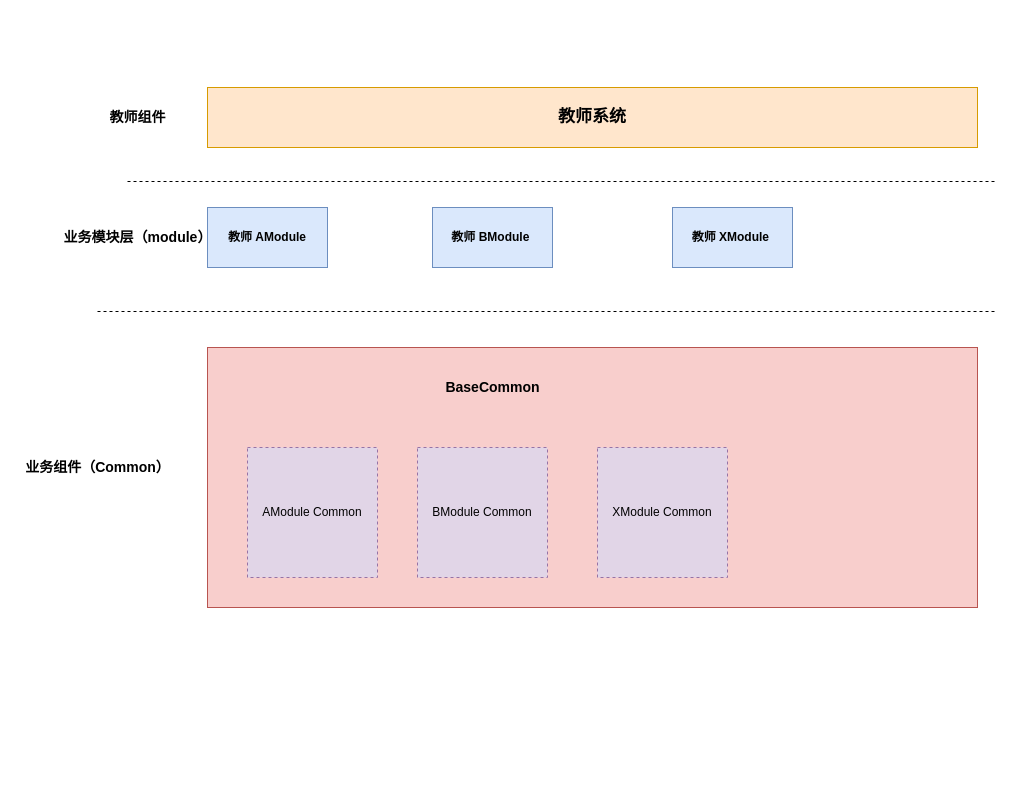
Before: 教师系统.drawio in 123yangu/private_tool, a draw.io diagram. Source tidied: cells renumbered, new cells numbered last; positions are measured from the earlier drawing's top-left corner, leaving out a move shared by most shapes. Both pictures are drawn from the tidied source at 100%, with x=0, y=0 at pixel (17, 87).
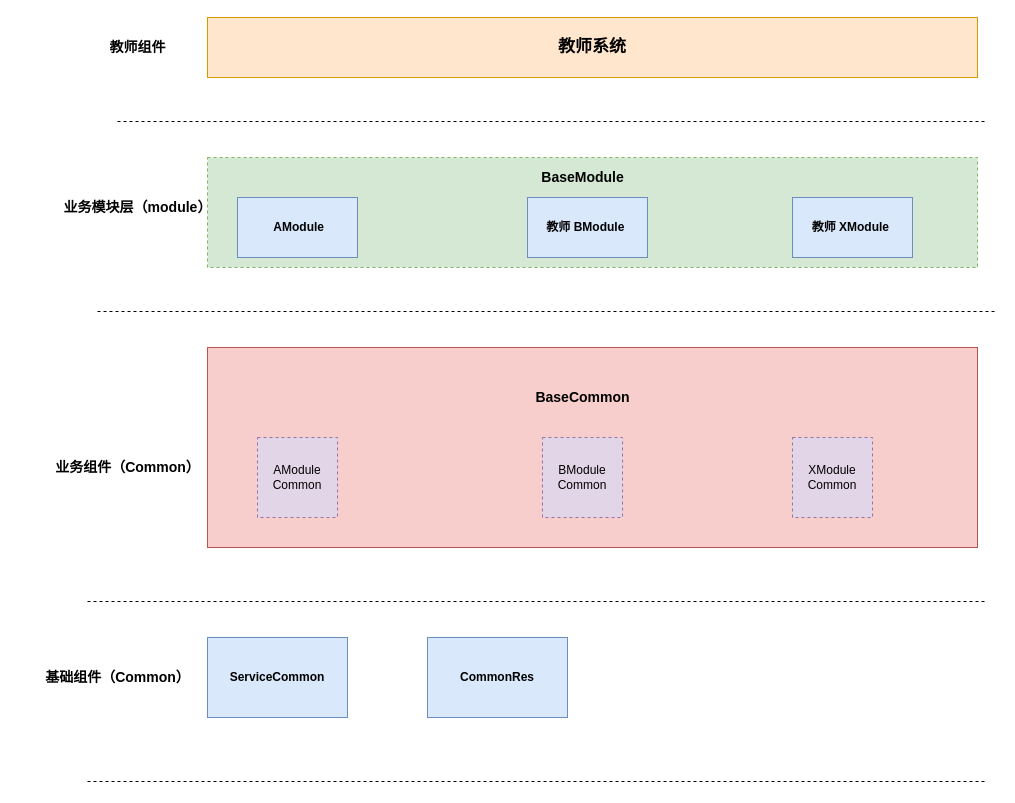
After the change.

Diff of the diagram source:
```diff
@@
+    <mxCell id="16" style="rounded=0;whiteSpace=wrap;html=1;dashed=1;fillColor=#d5e8d4;strokeColor=#82b366;" parent="1" vertex="1">
+      <mxGeometry x="190" y="70" width="770" height="110" as="geometry" />
+    </mxCell>
     <mxCell id="2" value="&lt;font style=&quot;font-size: 17px&quot;&gt;&lt;b&gt;教师系统&lt;/b&gt;&lt;/font&gt;" style="rounded=0;whiteSpace=wrap;html=1;fillColor=#ffe6cc;strokeColor=#d79b00;" parent="1" vertex="1">
-      <mxGeometry x="190" width="770" height="60" as="geometry" />
+      <mxGeometry x="190" y="-70" width="770" height="60" as="geometry" />
     </mxCell>
     <mxCell id="3" value="&lt;b&gt;&lt;font style=&quot;font-size: 14px&quot;&gt;教师组件&lt;/font&gt;&lt;/b&gt;" style="text;html=1;align=center;verticalAlign=middle;" parent="1" vertex="1">
-      <mxGeometry x="85" y="20" width="70" height="20" as="geometry" />
+      <mxGeometry x="85" y="-50" width="70" height="20" as="geometry" />
     </mxCell>
     <mxCell id="4" value="&lt;span style=&quot;font-size: 14px&quot;&gt;&lt;b&gt;业务模块层（module）&lt;/b&gt;&lt;/span&gt;" style="text;html=1;align=center;verticalAlign=middle;" parent="1" vertex="1">
-      <mxGeometry x="40" y="140" width="160" height="20" as="geometry" />
+      <mxGeometry x="40" y="110" width="160" height="20" as="geometry" />
     </mxCell>
-    <mxCell id="5" value="&lt;b&gt;教师 AModule&lt;/b&gt;" style="rounded=0;whiteSpace=wrap;html=1;fillColor=#dae8fc;strokeColor=#6c8ebf;" parent="1" vertex="1">
-      <mxGeometry x="190" y="120" width="120" height="60" as="geometry" />
+    <mxCell id="5" value="&lt;b&gt;&amp;nbsp;AModule&lt;/b&gt;" style="rounded=0;whiteSpace=wrap;html=1;fillColor=#dae8fc;strokeColor=#6c8ebf;" parent="1" vertex="1">
+      <mxGeometry x="220" y="110" width="120" height="60" as="geometry" />
     </mxCell>
     <mxCell id="6" value="&lt;b&gt;教师 BModule&lt;/b&gt;&amp;nbsp;" style="rounded=0;whiteSpace=wrap;html=1;fillColor=#dae8fc;strokeColor=#6c8ebf;fontStyle=1;" parent="1" vertex="1">
-      <mxGeometry x="415" y="120" width="120" height="60" as="geometry" />
+      <mxGeometry x="510" y="110" width="120" height="60" as="geometry" />
     </mxCell>
     <mxCell id="7" value="&lt;b&gt;教师 XModule&lt;/b&gt;&amp;nbsp;" style="rounded=0;whiteSpace=wrap;html=1;fillColor=#dae8fc;strokeColor=#6c8ebf;fontStyle=1;" parent="1" vertex="1">
-      <mxGeometry x="655" y="120" width="120" height="60" as="geometry" />
+      <mxGeometry x="775" y="110" width="120" height="60" as="geometry" />
     </mxCell>
@@
     <mxCell id="9" style="line;strokeWidth=1;fillColor=none;align=left;verticalAlign=middle;spacingTop=-1;spacingLeft=3;spacingRight=3;labelPosition=right;dashed=1;" parent="1" vertex="1">
-      <mxGeometry x="110" y="90" width="870" height="8" as="geometry" />
+      <mxGeometry x="100" y="30" width="870" height="8" as="geometry" />
     </mxCell>
     <mxCell id="10" value="&lt;span style=&quot;font-size: 14px&quot;&gt;&lt;b&gt;业务组件（Common）&lt;/b&gt;&lt;/span&gt;" style="text;html=1;align=center;verticalAlign=middle;" parent="1" vertex="1">
-      <mxGeometry y="370" width="160" height="20" as="geometry" />
+      <mxGeometry x="30" y="370" width="160" height="20" as="geometry" />
     </mxCell>
     <mxCell id="11" style="rounded=0;whiteSpace=wrap;html=1;fillColor=#f8cecc;strokeColor=#b85450;" parent="1" vertex="1">
-      <mxGeometry x="190" y="260" width="770" height="260" as="geometry" />
+      <mxGeometry x="190" y="260" width="770" height="200" as="geometry" />
     </mxCell>
     <mxCell id="12" value="AModule Common" style="whiteSpace=wrap;html=1;dashed=1;fillColor=#e1d5e7;strokeColor=#9673a6;align=center;" parent="1" vertex="1">
-      <mxGeometry x="230" y="360" width="130" height="130" as="geometry" />
+      <mxGeometry x="240" y="350" width="80" height="80" as="geometry" />
     </mxCell>
     <mxCell id="13" value="BModule Common" style="whiteSpace=wrap;html=1;dashed=1;fillColor=#e1d5e7;strokeColor=#9673a6;align=center;" parent="1" vertex="1">
-      <mxGeometry x="400" y="360" width="130" height="130" as="geometry" />
+      <mxGeometry x="525" y="350" width="80" height="80" as="geometry" />
     </mxCell>
     <mxCell id="14" value="XModule Common" style="whiteSpace=wrap;html=1;dashed=1;fillColor=#e1d5e7;strokeColor=#9673a6;align=center;" parent="1" vertex="1">
-      <mxGeometry x="580" y="360" width="130" height="130" as="geometry" />
+      <mxGeometry x="775" y="350" width="80" height="80" as="geometry" />
     </mxCell>
     <mxCell id="15" value="&lt;span style=&quot;font-size: 14px&quot;&gt;&lt;b&gt;BaseCommon&lt;/b&gt;&lt;/span&gt;" style="text;html=1;align=center;verticalAlign=middle;" parent="1" vertex="1">
-      <mxGeometry x="420" y="290" width="110" height="20" as="geometry" />
+      <mxGeometry x="510" y="300" width="110" height="20" as="geometry" />
     </mxCell>
+    <mxCell id="17" value="&lt;span style=&quot;font-size: 14px&quot;&gt;&lt;b&gt;基础组件（Common）&lt;/b&gt;&lt;/span&gt;" style="text;html=1;align=center;verticalAlign=middle;" parent="1" vertex="1">
+      <mxGeometry x="20" y="580" width="160" height="20" as="geometry" />
+    </mxCell>
+    <mxCell id="18" value="&lt;b&gt;ServiceCommon&lt;/b&gt;" style="rounded=0;whiteSpace=wrap;html=1;fillColor=#dae8fc;strokeColor=#6c8ebf;" parent="1" vertex="1">
+      <mxGeometry x="190" y="550" width="140" height="80" as="geometry" />
+    </mxCell>
+    <mxCell id="19" value="&lt;span style=&quot;font-size: 14px&quot;&gt;&lt;b&gt;BaseModule&lt;/b&gt;&lt;/span&gt;" style="text;html=1;align=center;verticalAlign=middle;" parent="1" vertex="1">
+      <mxGeometry x="515" y="80" width="100" height="20" as="geometry" />
+    </mxCell>
+    <mxCell id="20" value="&lt;b&gt;CommonRes&lt;/b&gt;" style="rounded=0;whiteSpace=wrap;html=1;fillColor=#dae8fc;strokeColor=#6c8ebf;" parent="1" vertex="1">
+      <mxGeometry x="410" y="550" width="140" height="80" as="geometry" />
+    </mxCell>
+    <mxCell id="21" style="line;strokeWidth=1;fillColor=none;align=left;verticalAlign=middle;spacingTop=-1;spacingLeft=3;spacingRight=3;labelPosition=right;dashed=1;" parent="1" vertex="1">
+      <mxGeometry x="70" y="510" width="900" height="8" as="geometry" />
+    </mxCell>
+    <mxCell id="22" style="line;strokeWidth=1;fillColor=none;align=left;verticalAlign=middle;spacingTop=-1;spacingLeft=3;spacingRight=3;labelPosition=right;dashed=1;" parent="1" vertex="1">
+      <mxGeometry x="70" y="690" width="900" height="8" as="geometry" />
+    </mxCell>
```
